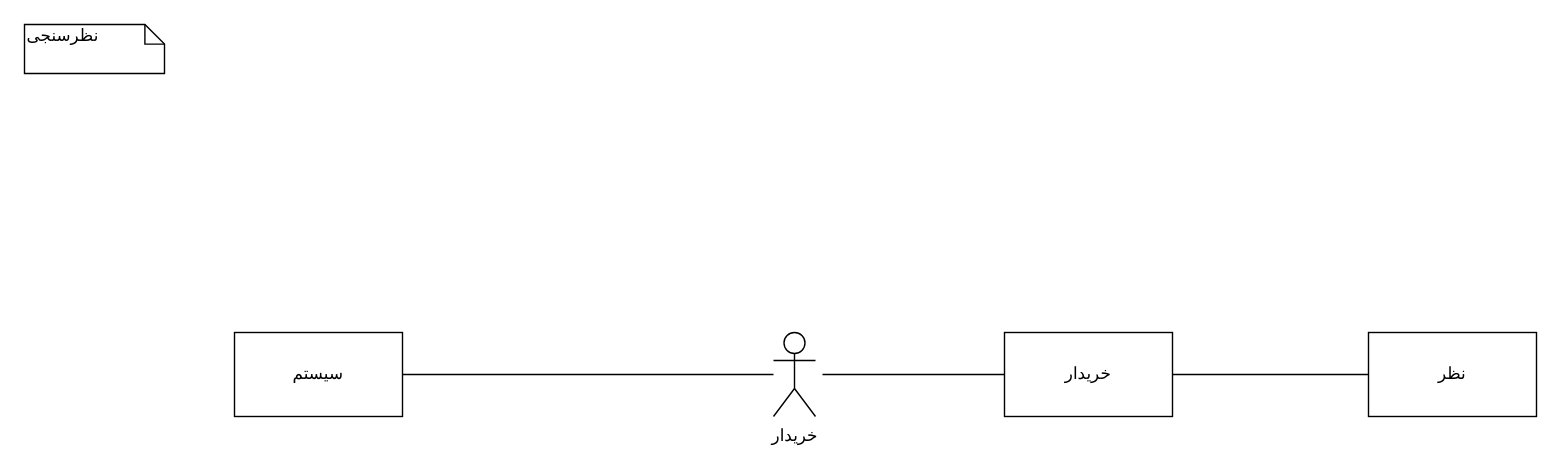
This is Untitled Diagram.drawio from khoramian/TahDig_SoftwareEngineering, a draw.io file, before an edit. Source tidied: cells renumbered, new cells numbered last; positions are measured from the earlier drawing's top-left corner, leaving out a move shared by most shapes. Both pictures are drawn from the tidied source at 140%, with x=0, y=0 at pixel (24, 24).
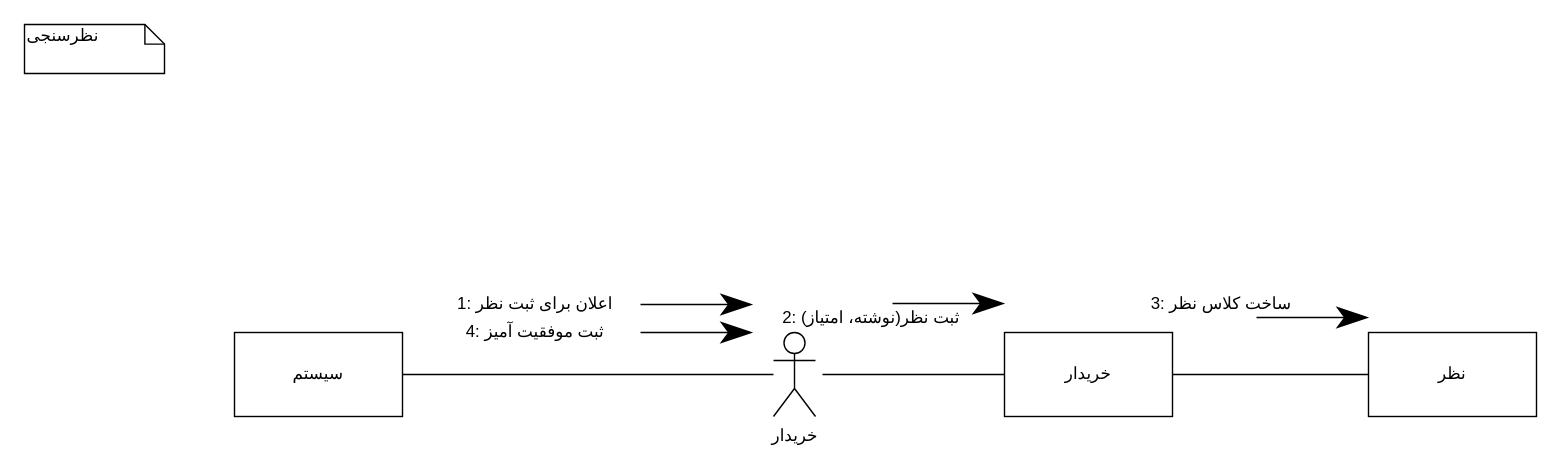
Above is the later version.

Change to the diagram source:
```diff
@@
+    <mxCell id="10" value="1: اعلان برای ثبت نظر" style="text;html=1;strokeColor=none;fillColor=none;align=center;verticalAlign=middle;whiteSpace=wrap;rounded=0;" parent="1" vertex="1">
+      <mxGeometry x="290" y="190" width="150" height="20" as="geometry" />
+    </mxCell>
+    <mxCell id="11" style="endArrow=classicThin;html=1;strokeWidth=1;endSize=20;" parent="1" edge="1">
+      <mxGeometry relative="1" as="geometry">
+        <mxPoint x="440" y="200" as="sourcePoint" />
+        <mxPoint x="520" y="200" as="targetPoint" />
+      </mxGeometry>
+    </mxCell>
+    <mxCell id="12" style="endArrow=classicThin;html=1;strokeWidth=1;endSize=20;" parent="1" edge="1">
+      <mxGeometry relative="1" as="geometry">
+        <mxPoint x="440" y="220" as="sourcePoint" />
+        <mxPoint x="520" y="220" as="targetPoint" />
+      </mxGeometry>
+    </mxCell>
+    <mxCell id="13" value="4: ثبت موفقیت آمیز" style="text;html=1;strokeColor=none;fillColor=none;align=center;verticalAlign=middle;whiteSpace=wrap;rounded=0;" parent="1" vertex="1">
+      <mxGeometry x="290" y="210" width="150" height="20" as="geometry" />
+    </mxCell>
+    <mxCell id="14" style="endArrow=classicThin;html=1;strokeWidth=1;endSize=20;" parent="1" edge="1">
+      <mxGeometry relative="1" as="geometry">
+        <mxPoint x="620" y="199.3" as="sourcePoint" />
+        <mxPoint x="700" y="199.3" as="targetPoint" />
+      </mxGeometry>
+    </mxCell>
+    <mxCell id="15" value="2: ثبت نظر(نوشته، امتیاز)" style="text;html=1;strokeColor=none;fillColor=none;align=center;verticalAlign=middle;whiteSpace=wrap;rounded=0;" parent="1" vertex="1">
+      <mxGeometry x="530" y="200" width="150" height="20" as="geometry" />
+    </mxCell>
+    <mxCell id="16" style="endArrow=classicThin;html=1;strokeWidth=1;endSize=20;" parent="1" edge="1">
+      <mxGeometry relative="1" as="geometry">
+        <mxPoint x="880" y="209.3" as="sourcePoint" />
+        <mxPoint x="960" y="209.3" as="targetPoint" />
+      </mxGeometry>
+    </mxCell>
+    <mxCell id="17" value="3: ساخت کلاس نظر" style="text;html=1;strokeColor=none;fillColor=none;align=center;verticalAlign=middle;whiteSpace=wrap;rounded=0;" parent="1" vertex="1">
+      <mxGeometry x="780" y="190" width="150" height="20" as="geometry" />
+    </mxCell>
```
